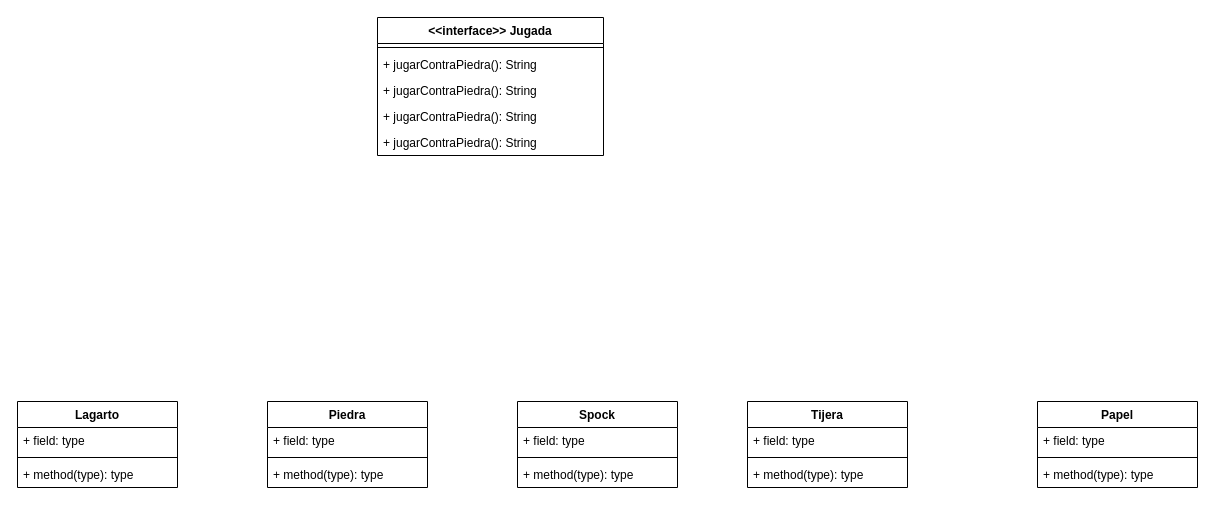
The draw.io diagram UML/ejercicio_2.drawio in fvenegasn/OO2, before the edit. Source tidied: cells renumbered, new cells numbered last; positions are measured from the earlier drawing's top-left corner, leaving out a move shared by most shapes. Both pictures are drawn from the tidied source at 100%, with x=0, y=0 at pixel (17, 17).
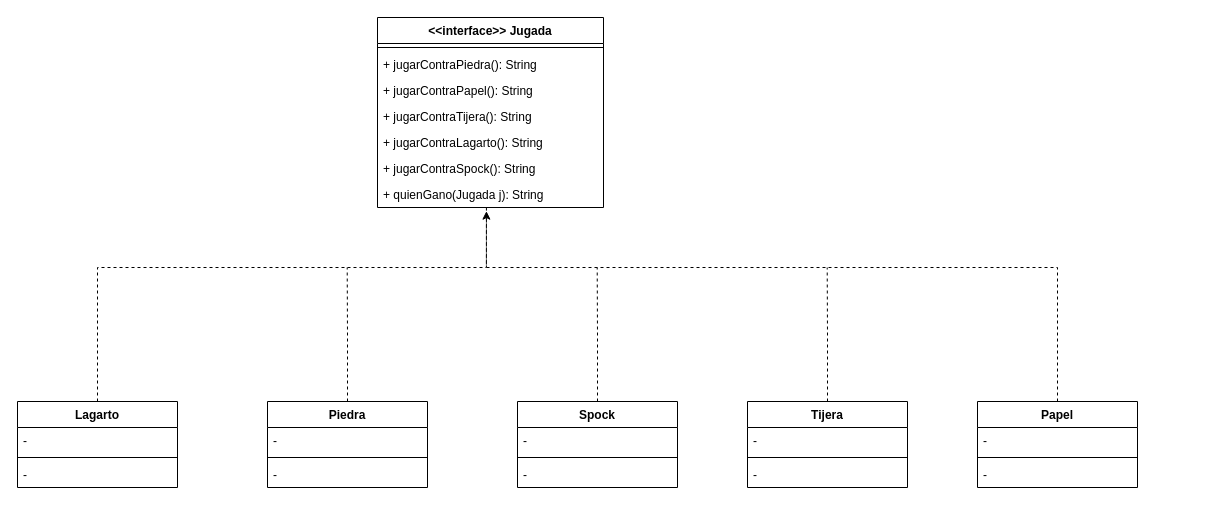
Above is the later version.

Commit message:
Agregando UML ej2

Unchanged cells that the change refers to:
```xml
<mxCell id="8" value="Lagarto" style="swimlane;fontStyle=1;align=center;verticalAlign=top;horizontal=1;startSize=26;whiteSpace=wrap;html=1;" parent="1" vertex="1">
  <mxGeometry y="384" width="160" height="86" as="geometry" />
</mxCell>
<mxCell id="16" value="Piedra" style="swimlane;fontStyle=1;align=center;verticalAlign=top;horizontal=1;startSize=26;whiteSpace=wrap;html=1;" parent="1" vertex="1">
  <mxGeometry x="250" y="384" width="160" height="86" as="geometry" />
</mxCell>
<mxCell id="20" value="Spock" style="swimlane;fontStyle=1;align=center;verticalAlign=top;horizontal=1;startSize=26;whiteSpace=wrap;html=1;" parent="1" vertex="1">
  <mxGeometry x="500" y="384" width="160" height="86" as="geometry" />
</mxCell>
<mxCell id="24" value="Tijera" style="swimlane;fontStyle=1;align=center;verticalAlign=top;horizontal=1;startSize=26;whiteSpace=wrap;html=1;" parent="1" vertex="1">
  <mxGeometry x="730" y="384" width="160" height="86" as="geometry" />
</mxCell>
```

Diff of the diagram source:
```diff
@@
     <mxCell id="2" value="&lt;div&gt;&amp;lt;&amp;lt;interface&amp;gt;&amp;gt;&amp;nbsp;&lt;span style=&quot;background-color: initial;&quot;&gt;Jugada&lt;/span&gt;&lt;/div&gt;" style="swimlane;fontStyle=1;align=center;verticalAlign=top;horizontal=1;startSize=26;whiteSpace=wrap;html=1;" parent="1" vertex="1">
-      <mxGeometry x="360" width="226" height="138" as="geometry" />
+      <mxGeometry x="360" width="226" height="190" as="geometry" />
     </mxCell>
@@
-    <mxCell id="5" value="+ jugarContraPiedra(): String" style="text;strokeColor=none;fillColor=none;align=left;verticalAlign=top;spacingLeft=4;spacingRight=4;overflow=hidden;whiteSpace=wrap;html=1;" parent="2" vertex="1">
+    <mxCell id="5" value="+ jugarContraPapel(): String" style="text;strokeColor=none;fillColor=none;align=left;verticalAlign=top;spacingLeft=4;spacingRight=4;overflow=hidden;whiteSpace=wrap;html=1;" parent="2" vertex="1">
       <mxGeometry y="60" width="226" height="26" as="geometry" />
     </mxCell>
-    <mxCell id="6" value="+ jugarContraPiedra(): String" style="text;strokeColor=none;fillColor=none;align=left;verticalAlign=top;spacingLeft=4;spacingRight=4;overflow=hidden;whiteSpace=wrap;html=1;" parent="2" vertex="1">
+    <mxCell id="6" value="+ jugarContraTijera(): String" style="text;strokeColor=none;fillColor=none;align=left;verticalAlign=top;spacingLeft=4;spacingRight=4;overflow=hidden;whiteSpace=wrap;html=1;" parent="2" vertex="1">
       <mxGeometry y="86" width="226" height="26" as="geometry" />
     </mxCell>
-    <mxCell id="7" value="+ jugarContraPiedra(): String" style="text;strokeColor=none;fillColor=none;align=left;verticalAlign=top;spacingLeft=4;spacingRight=4;overflow=hidden;whiteSpace=wrap;html=1;" parent="2" vertex="1">
+    <mxCell id="7" value="+ jugarContraLagarto(): String" style="text;strokeColor=none;fillColor=none;align=left;verticalAlign=top;spacingLeft=4;spacingRight=4;overflow=hidden;whiteSpace=wrap;html=1;" parent="2" vertex="1">
       <mxGeometry y="112" width="226" height="26" as="geometry" />
     </mxCell>
+    <mxCell id="28" value="+ jugarContraSpock(): String" style="text;strokeColor=none;fillColor=none;align=left;verticalAlign=top;spacingLeft=4;spacingRight=4;overflow=hidden;whiteSpace=wrap;html=1;" parent="2" vertex="1">
+      <mxGeometry y="138" width="226" height="26" as="geometry" />
+    </mxCell>
+    <mxCell id="29" value="+ quienGano(Jugada j): String" style="text;strokeColor=none;fillColor=none;align=left;verticalAlign=top;spacingLeft=4;spacingRight=4;overflow=hidden;points=[[0,0.5],[1,0.5]];portConstraint=eastwest;whiteSpace=wrap;html=1;" parent="2" vertex="1">
+      <mxGeometry y="164" width="226" height="26" as="geometry" />
+    </mxCell>
@@
-    <mxCell id="9" value="+ field: type" style="text;strokeColor=none;fillColor=none;align=left;verticalAlign=top;spacingLeft=4;spacingRight=4;overflow=hidden;whiteSpace=wrap;html=1;" parent="8" vertex="1">
+    <mxCell id="9" value="-" style="text;strokeColor=none;fillColor=none;align=left;verticalAlign=top;spacingLeft=4;spacingRight=4;overflow=hidden;whiteSpace=wrap;html=1;" parent="8" vertex="1">
       <mxGeometry y="26" width="160" height="26" as="geometry" />
     </mxCell>
@@
-    <mxCell id="11" value="+ method(type): type" style="text;strokeColor=none;fillColor=none;align=left;verticalAlign=top;spacingLeft=4;spacingRight=4;overflow=hidden;whiteSpace=wrap;html=1;" parent="8" vertex="1">
+    <mxCell id="11" value="-" style="text;strokeColor=none;fillColor=none;align=left;verticalAlign=top;spacingLeft=4;spacingRight=4;overflow=hidden;whiteSpace=wrap;html=1;" parent="8" vertex="1">
       <mxGeometry y="60" width="160" height="26" as="geometry" />
     </mxCell>
     <mxCell id="12" value="Papel" style="swimlane;fontStyle=1;align=center;verticalAlign=top;horizontal=1;startSize=26;whiteSpace=wrap;html=1;" parent="1" vertex="1">
-      <mxGeometry x="1020" y="384" width="160" height="86" as="geometry" />
+      <mxGeometry x="960" y="384" width="160" height="86" as="geometry" />
     </mxCell>
-    <mxCell id="13" value="+ field: type" style="text;strokeColor=none;fillColor=none;align=left;verticalAlign=top;spacingLeft=4;spacingRight=4;overflow=hidden;whiteSpace=wrap;html=1;" parent="12" vertex="1">
+    <mxCell id="13" value="-" style="text;strokeColor=none;fillColor=none;align=left;verticalAlign=top;spacingLeft=4;spacingRight=4;overflow=hidden;whiteSpace=wrap;html=1;" parent="12" vertex="1">
       <mxGeometry y="26" width="160" height="26" as="geometry" />
     </mxCell>
@@
-    <mxCell id="15" value="+ method(type): type" style="text;strokeColor=none;fillColor=none;align=left;verticalAlign=top;spacingLeft=4;spacingRight=4;overflow=hidden;whiteSpace=wrap;html=1;" parent="12" vertex="1">
+    <mxCell id="15" value="-" style="text;strokeColor=none;fillColor=none;align=left;verticalAlign=top;spacingLeft=4;spacingRight=4;overflow=hidden;whiteSpace=wrap;html=1;" parent="12" vertex="1">
       <mxGeometry y="60" width="160" height="26" as="geometry" />
     </mxCell>
+    <mxCell id="30" style="edgeStyle=orthogonalEdgeStyle;rounded=0;jettySize=auto;html=1;exitX=0.5;exitY=0;exitDx=0;exitDy=0;endArrow=none;endFill=0;dashed=1;" parent="1" edge="1" source="16">
+      <mxGeometry relative="1" as="geometry">
+        <mxPoint x="329.7" y="250" as="targetPoint" />
+      </mxGeometry>
+    </mxCell>
@@
-    <mxCell id="17" value="+ field: type" style="text;strokeColor=none;fillColor=none;align=left;verticalAlign=top;spacingLeft=4;spacingRight=4;overflow=hidden;whiteSpace=wrap;html=1;" parent="16" vertex="1">
+    <mxCell id="17" value="-" style="text;strokeColor=none;fillColor=none;align=left;verticalAlign=top;spacingLeft=4;spacingRight=4;overflow=hidden;whiteSpace=wrap;html=1;" parent="16" vertex="1">
       <mxGeometry y="26" width="160" height="26" as="geometry" />
     </mxCell>
@@
-    <mxCell id="19" value="+ method(type): type" style="text;strokeColor=none;fillColor=none;align=left;verticalAlign=top;spacingLeft=4;spacingRight=4;overflow=hidden;whiteSpace=wrap;html=1;" parent="16" vertex="1">
+    <mxCell id="19" value="-" style="text;strokeColor=none;fillColor=none;align=left;verticalAlign=top;spacingLeft=4;spacingRight=4;overflow=hidden;whiteSpace=wrap;html=1;" parent="16" vertex="1">
       <mxGeometry y="60" width="160" height="26" as="geometry" />
     </mxCell>
+    <mxCell id="31" style="edgeStyle=orthogonalEdgeStyle;rounded=0;jettySize=auto;html=1;exitX=0.5;exitY=0;exitDx=0;exitDy=0;endArrow=none;endFill=0;dashed=1;" parent="1" edge="1" source="20">
+      <mxGeometry relative="1" as="geometry">
+        <mxPoint x="579.7" y="250" as="targetPoint" />
+      </mxGeometry>
+    </mxCell>
@@
-    <mxCell id="21" value="+ field: type" style="text;strokeColor=none;fillColor=none;align=left;verticalAlign=top;spacingLeft=4;spacingRight=4;overflow=hidden;whiteSpace=wrap;html=1;" parent="20" vertex="1">
+    <mxCell id="21" value="-" style="text;strokeColor=none;fillColor=none;align=left;verticalAlign=top;spacingLeft=4;spacingRight=4;overflow=hidden;whiteSpace=wrap;html=1;" parent="20" vertex="1">
       <mxGeometry y="26" width="160" height="26" as="geometry" />
     </mxCell>
@@
-    <mxCell id="23" value="+ method(type): type" style="text;strokeColor=none;fillColor=none;align=left;verticalAlign=top;spacingLeft=4;spacingRight=4;overflow=hidden;whiteSpace=wrap;html=1;" parent="20" vertex="1">
+    <mxCell id="23" value="-" style="text;strokeColor=none;fillColor=none;align=left;verticalAlign=top;spacingLeft=4;spacingRight=4;overflow=hidden;whiteSpace=wrap;html=1;" parent="20" vertex="1">
       <mxGeometry y="60" width="160" height="26" as="geometry" />
     </mxCell>
+    <mxCell id="32" style="edgeStyle=orthogonalEdgeStyle;rounded=0;jettySize=auto;html=1;exitX=0.5;exitY=0;exitDx=0;exitDy=0;dashed=1;endArrow=none;endFill=0;" parent="1" edge="1" source="24">
+      <mxGeometry relative="1" as="geometry">
+        <mxPoint x="809.7" y="250" as="targetPoint" />
+      </mxGeometry>
+    </mxCell>
@@
-    <mxCell id="25" value="+ field: type" style="text;strokeColor=none;fillColor=none;align=left;verticalAlign=top;spacingLeft=4;spacingRight=4;overflow=hidden;whiteSpace=wrap;html=1;" parent="24" vertex="1">
+    <mxCell id="25" value="-" style="text;strokeColor=none;fillColor=none;align=left;verticalAlign=top;spacingLeft=4;spacingRight=4;overflow=hidden;whiteSpace=wrap;html=1;" parent="24" vertex="1">
       <mxGeometry y="26" width="160" height="26" as="geometry" />
     </mxCell>
@@
-    <mxCell id="27" value="+ method(type): type" style="text;strokeColor=none;fillColor=none;align=left;verticalAlign=top;spacingLeft=4;spacingRight=4;overflow=hidden;whiteSpace=wrap;html=1;" parent="24" vertex="1">
+    <mxCell id="27" value="-" style="text;strokeColor=none;fillColor=none;align=left;verticalAlign=top;spacingLeft=4;spacingRight=4;overflow=hidden;whiteSpace=wrap;html=1;" parent="24" vertex="1">
       <mxGeometry y="60" width="160" height="26" as="geometry" />
     </mxCell>
+    <mxCell id="33" style="edgeStyle=orthogonalEdgeStyle;rounded=0;jettySize=auto;html=1;exitX=0.5;exitY=0;exitDx=0;exitDy=0;entryX=0.482;entryY=1.141;entryDx=0;entryDy=0;entryPerimeter=0;dashed=1;" parent="1" edge="1" source="8" target="29">
+      <mxGeometry relative="1" as="geometry">
+        <Array as="points">
+          <mxPoint x="80" y="250" />
+          <mxPoint x="469" y="250" />
+        </Array>
+      </mxGeometry>
+    </mxCell>
+    <mxCell id="34" style="edgeStyle=orthogonalEdgeStyle;rounded=0;jettySize=auto;html=1;exitX=0.5;exitY=0;exitDx=0;exitDy=0;entryX=0.482;entryY=0.949;entryDx=0;entryDy=0;entryPerimeter=0;endArrow=none;endFill=0;dashed=1;" parent="1" edge="1" source="12" target="29">
+      <mxGeometry relative="1" as="geometry">
+        <Array as="points">
+          <mxPoint x="1040" y="250" />
+          <mxPoint x="469" y="250" />
+        </Array>
+      </mxGeometry>
+    </mxCell>
```
